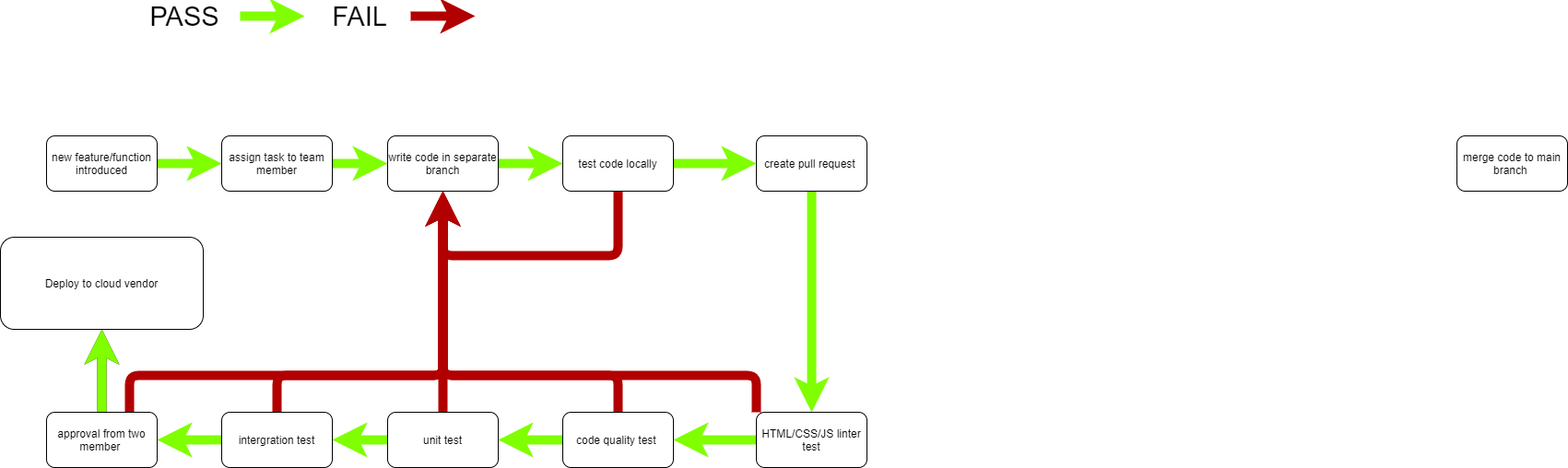
Big-Bytez/cse110-fa21-group19 keeps this draw.io diagram as admin/cipipeline/phase1.drawio.png. Above is the earlier version. Source tidied: cells renumbered, new cells last; positions are measured from the earlier drawing's top-left corner, leaving out a move shared by most shapes.
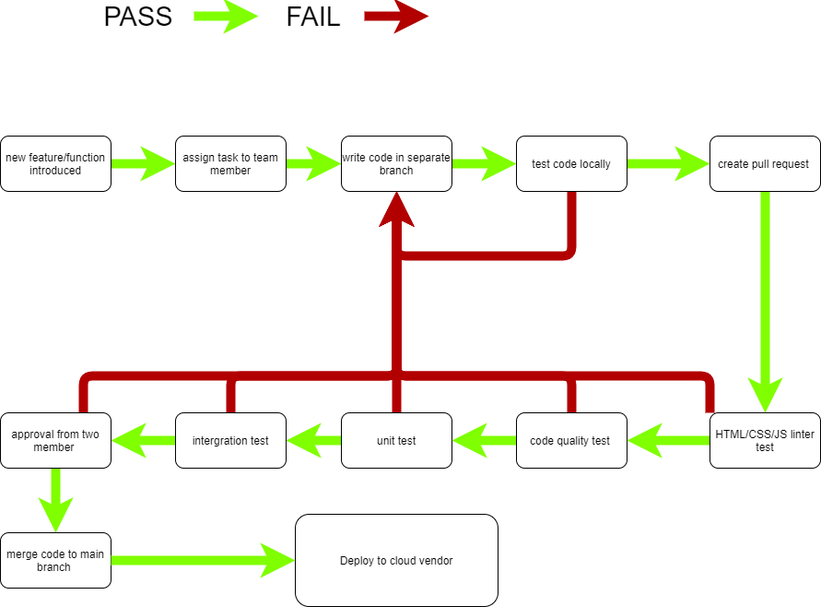
After the change.

What changed in the source:
```diff
@@ -42,10 +42,7 @@
     <mxCell id="11" value="intergration test" style="rounded=1;whiteSpace=wrap;html=1;" parent="1" vertex="1">
       <mxGeometry x="240" y="440" width="120" height="60" as="geometry" />
     </mxCell>
-    <mxCell id="12" style="edgeStyle=none;html=1;strokeWidth=10;" parent="1" edge="1" source="15" target="30">
-      <mxGeometry relative="1" as="geometry" />
-    </mxCell>
-    <mxCell id="13" style="edgeStyle=none;html=1;strokeWidth=10;fillColor=#60a917;strokeColor=#80FF00;" parent="1" edge="1" source="15" target="30">
+    <mxCell id="13" style="edgeStyle=none;html=1;strokeWidth=10;fillColor=#60a917;strokeColor=#80FF00;entryX=0.5;entryY=0;entryDx=0;entryDy=0;" parent="1" edge="1" source="15" target="16">
       <mxGeometry relative="1" as="geometry" />
     </mxCell>
     <mxCell id="14" style="edgeStyle=none;html=1;exitX=0.75;exitY=0;exitDx=0;exitDy=0;strokeWidth=10;fillColor=#e51400;strokeColor=#B20000;" parent="1" edge="1" source="15">
@@ -61,7 +58,7 @@
       <mxGeometry x="50" y="440" width="120" height="60" as="geometry" />
     </mxCell>
     <mxCell id="16" value="merge code to main branch&amp;nbsp;" style="whiteSpace=wrap;html=1;rounded=1;" parent="1" vertex="1">
-      <mxGeometry x="1580" y="140" width="120" height="60" as="geometry" />
+      <mxGeometry x="50" y="570" width="120" height="60" as="geometry" />
     </mxCell>
     <mxCell id="17" style="edgeStyle=none;html=1;strokeWidth=10;fillColor=#60a917;strokeColor=#80FF00;" parent="1" edge="1" source="18" target="20">
       <mxGeometry relative="1" as="geometry" />
@@ -120,7 +117,7 @@
       <mxGeometry x="820" y="440" width="120" height="60" as="geometry" />
     </mxCell>
     <mxCell id="30" value="Deploy to cloud vendor" style="whiteSpace=wrap;html=1;rounded=1;" parent="1" vertex="1">
-      <mxGeometry y="250" width="220" height="100" as="geometry" />
+      <mxGeometry x="370" y="550" width="220" height="100" as="geometry" />
     </mxCell>
     <mxCell id="31" style="endArrow=classic;html=1;strokeWidth=10;fillColor=#60a917;strokeColor=#80FF00;" parent="1" edge="1">
       <mxGeometry relative="1" as="geometry">
@@ -140,5 +137,8 @@
     <mxCell id="34" value="FAIL" style="text;html=1;strokeColor=none;fillColor=none;align=center;verticalAlign=middle;whiteSpace=wrap;rounded=0;fontSize=29;" parent="1" vertex="1">
       <mxGeometry x="370" width="40" height="20" as="geometry" />
     </mxCell>
+    <mxCell id="35" style="edgeStyle=none;html=1;strokeWidth=10;fillColor=#60a917;strokeColor=#80FF00;entryX=0;entryY=0.5;entryDx=0;entryDy=0;exitX=1;exitY=0.5;exitDx=0;exitDy=0;" parent="1" edge="1" source="16" target="30">
+      <mxGeometry relative="1" as="geometry" />
+    </mxCell>
   </root>
 </mxGraphModel>
```
